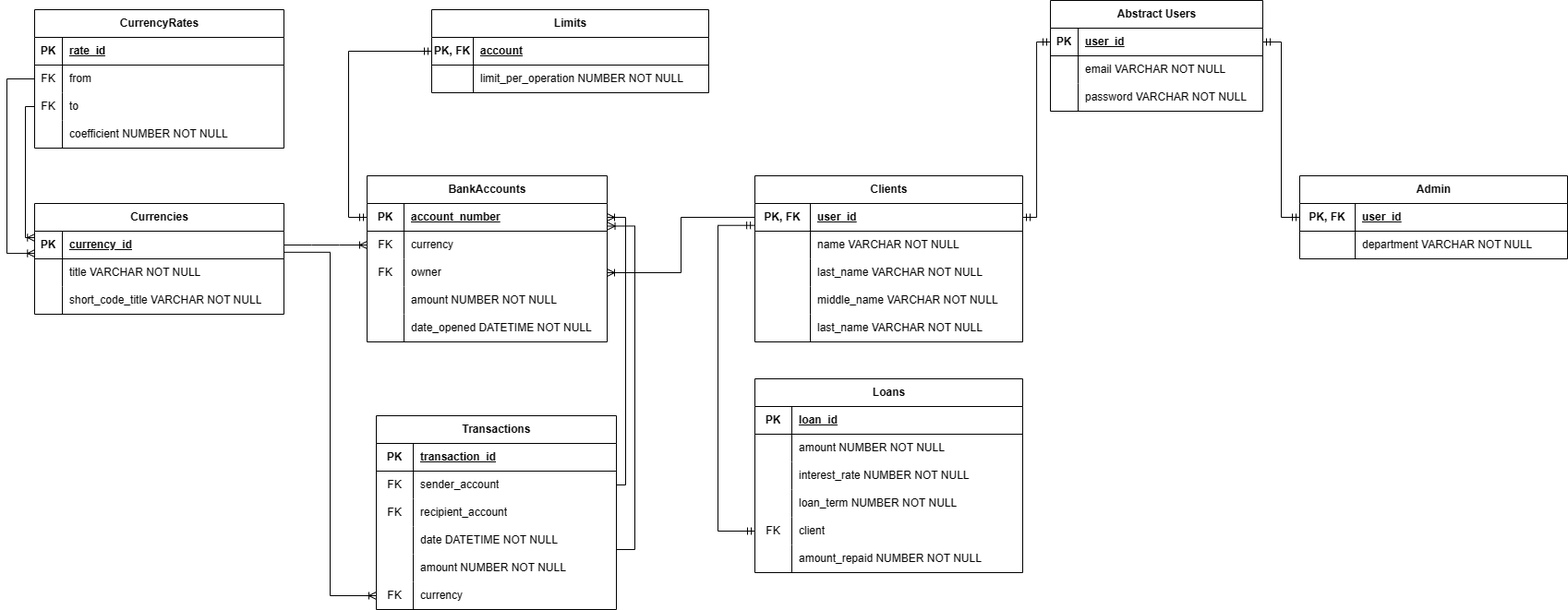
user-of-github/BSUIR_Labs_Financial-information-processing-technologies keeps this draw.io diagram as LR2/database.png. Above is the earlier version. Source tidied: cells renumbered, new cells last; positions are measured from the earlier drawing's top-left corner, leaving out a move shared by most shapes.
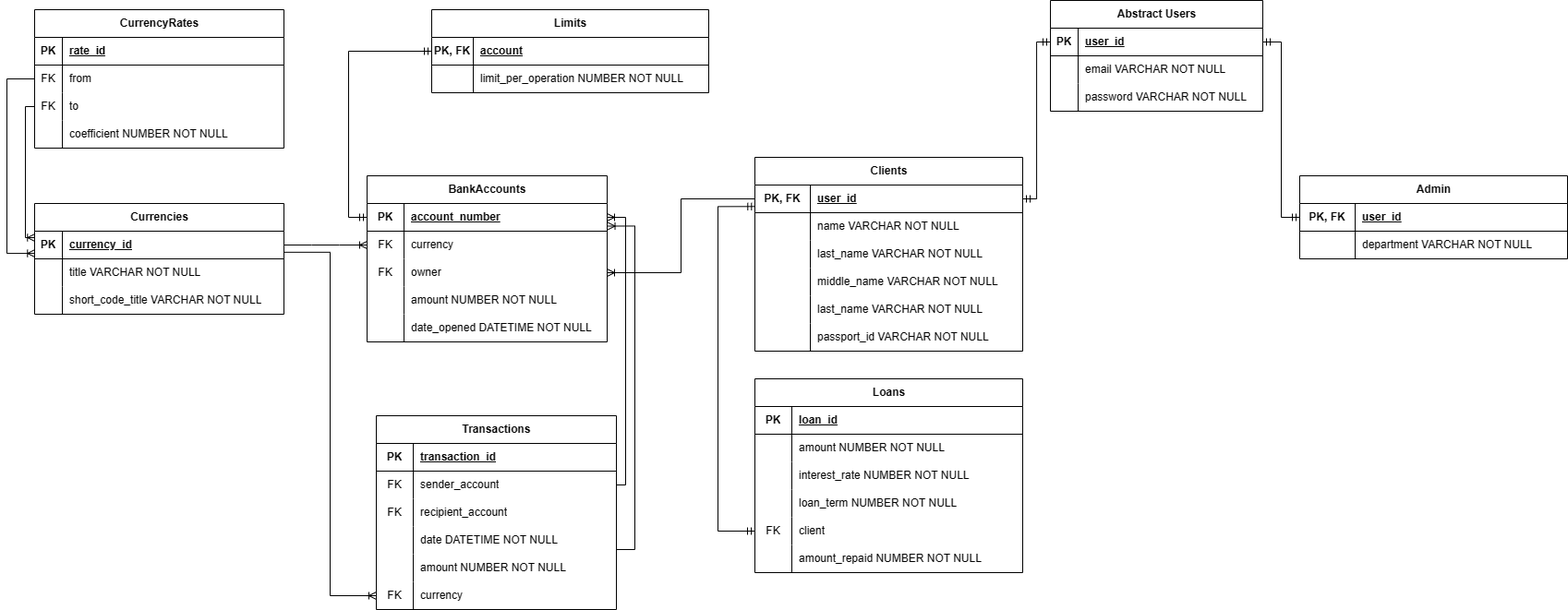
The same diagram one commit later.

The edit, as a diff of the source:
```diff
@@ -33,7 +33,7 @@
       <mxGeometry x="30" width="200" height="30" as="geometry" />
     </mxCell>
     <mxCell id="12" value="Clients" style="shape=table;startSize=30;rowLines=0;fontStyle=1;align=center;html=1;" parent="1" vertex="1">
-      <mxGeometry x="810" y="190" width="290" height="180" as="geometry" />
+      <mxGeometry x="810" y="170" width="290" height="210" as="geometry" />
     </mxCell>
     <mxCell id="13" style="shape=tableRow;horizontal=0;startSize=0;swimlaneHead=0;swimlaneBody=0;fillColor=none;points=[[0,0.5],[1,0.5]];portConstraint=eastwest;top=0;left=0;right=0;bottom=1;" parent="12" vertex="1">
       <mxGeometry y="30" width="290" height="30" as="geometry" />
@@ -80,6 +80,15 @@
     <mxCell id="27" value="last_name VARCHAR NOT NULL" style="shape=partialRectangle;fillColor=none;top=0;left=0;bottom=0;right=0;align=left;spacingLeft=6;overflow=hidden;whiteSpace=wrap;html=1;" parent="25" vertex="1">
       <mxGeometry x="60" width="230" height="30" as="geometry" />
     </mxCell>
+    <mxCell id="130" style="shape=tableRow;horizontal=0;startSize=0;swimlaneHead=0;swimlaneBody=0;fillColor=none;top=0;left=0;right=0;bottom=0;" parent="12" vertex="1">
+      <mxGeometry y="180" width="290" height="30" as="geometry" />
+    </mxCell>
+    <mxCell id="131" style="shape=partialRectangle;fillColor=none;top=0;left=0;bottom=0;right=0;overflow=hidden;whiteSpace=wrap;html=1;" parent="130" vertex="1">
+      <mxGeometry width="60" height="30" as="geometry" />
+    </mxCell>
+    <mxCell id="132" value="passport_id VARCHAR NOT NULL" style="shape=partialRectangle;fillColor=none;top=0;left=0;bottom=0;right=0;align=left;spacingLeft=6;overflow=hidden;whiteSpace=wrap;html=1;" parent="130" vertex="1">
+      <mxGeometry x="60" width="230" height="30" as="geometry" />
+    </mxCell>
     <mxCell id="28" style="edgeStyle=orthogonalEdgeStyle;fontSize=12;html=1;endArrow=ERmandOne;startArrow=ERmandOne;rounded=0;exitX=1;exitY=0.5;exitDx=0;exitDy=0;entryX=0;entryY=0.5;entryDx=0;entryDy=0;" parent="1" edge="1" source="13" target="3">
       <mxGeometry relative="1" as="geometry" />
     </mxCell>
@@ -369,10 +378,10 @@
     <mxCell id="120" value="amount_repaid NUMBER NOT NULL" style="shape=partialRectangle;fillColor=none;top=0;left=0;bottom=0;right=0;align=left;spacingLeft=6;overflow=hidden;whiteSpace=wrap;html=1;" parent="118" vertex="1">
       <mxGeometry x="40" width="250" height="30" as="geometry" />
     </mxCell>
-    <mxCell id="121" style="edgeStyle=orthogonalEdgeStyle;fontSize=12;html=1;endArrow=ERmandOne;startArrow=ERmandOne;rounded=0;exitX=-0.003;exitY=0.79;exitDx=0;exitDy=0;entryX=0;entryY=0.5;entryDx=0;entryDy=0;exitPerimeter=0;" parent="1" edge="1" source="13" target="115">
+    <mxCell id="121" style="edgeStyle=orthogonalEdgeStyle;fontSize=12;html=1;endArrow=ERmandOne;startArrow=ERmandOne;rounded=0;exitX=0.001;exitY=0.776;exitDx=0;exitDy=0;entryX=0;entryY=0.5;entryDx=0;entryDy=0;exitPerimeter=0;" parent="1" edge="1" source="13" target="115">
       <mxGeometry relative="1" as="geometry">
         <Array as="points">
-          <mxPoint x="770" y="244" />
+          <mxPoint x="770" y="223" />
           <mxPoint x="770" y="575" />
         </Array>
       </mxGeometry>
```
